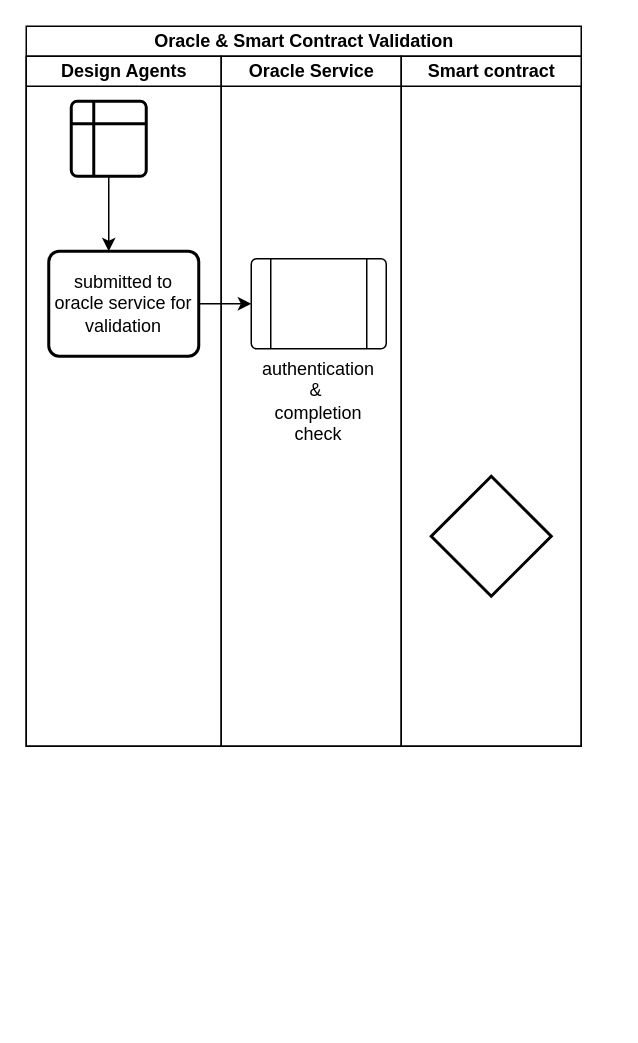
Before: oracle_smart_contract_validation_check.drawio in arlav/BC-in-AEC-process_diagrams, a draw.io diagram. Source tidied: cells renumbered, new cells numbered last; positions are measured from the earlier drawing's top-left corner, leaving out a move shared by most shapes. Both pictures are drawn from the tidied source at 150%, with x=0, y=0 at pixel (26, 26).
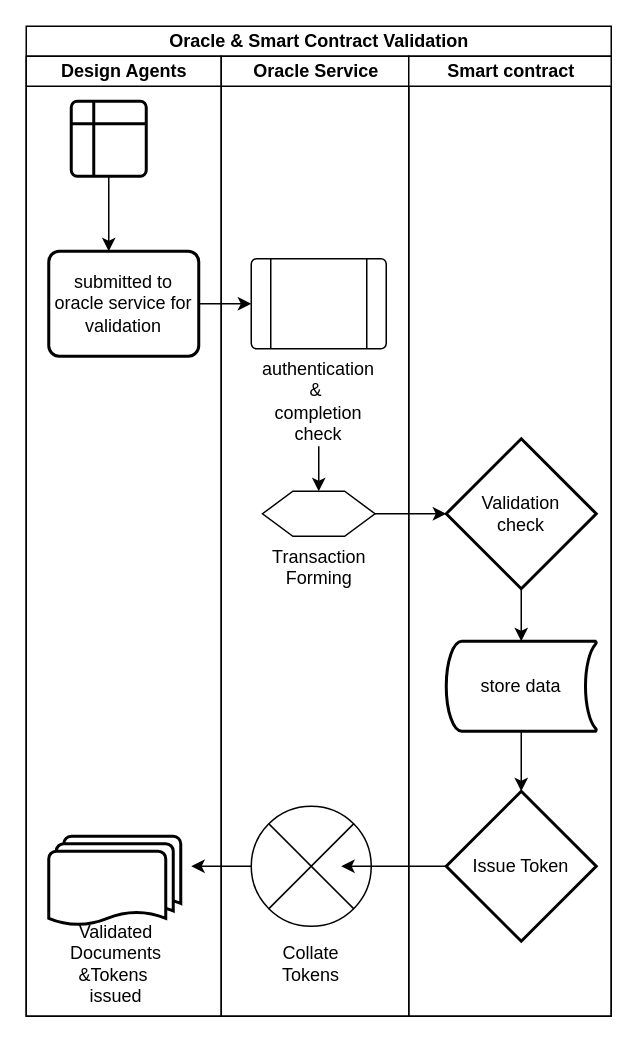
Above is the later version.

Diff of the diagram source:
```diff
@@
     <mxCell id="2" value="Oracle &amp;amp; Smart Contract Validation" style="swimlane;startSize=20;html=1;" parent="1" vertex="1">
-      <mxGeometry width="370" height="480" as="geometry" />
+      <mxGeometry width="390" height="660" as="geometry" />
     </mxCell>
     <mxCell id="3" value="Design Agents" style="swimlane;startSize=20;html=1;" parent="2" vertex="1">
-      <mxGeometry y="20" width="130" height="460" as="geometry" />
+      <mxGeometry y="20" width="130" height="640" as="geometry" />
     </mxCell>
@@
+    <mxCell id="13" style="strokeWidth=2;html=1;shape=mxgraph.flowchart.multi-document;whiteSpace=wrap;" parent="3" vertex="1">
+      <mxGeometry x="15" y="520" width="88" height="60" as="geometry" />
+    </mxCell>
+    <mxCell id="14" value="Validated Documents&lt;br&gt;&amp;amp;Tokens&amp;nbsp;&lt;br&gt;issued" style="text;html=1;strokeColor=none;fillColor=none;align=center;verticalAlign=middle;whiteSpace=wrap;rounded=0;" parent="3" vertex="1">
+      <mxGeometry x="30" y="590" width="60" height="30" as="geometry" />
+    </mxCell>
     <mxCell id="7" value="Oracle Service" style="swimlane;startSize=20;html=1;" parent="2" vertex="1">
-      <mxGeometry x="130" y="20" width="120" height="460" as="geometry" />
+      <mxGeometry x="130" y="20" width="125" height="640" as="geometry" />
     </mxCell>
@@
+    <mxCell id="15" value="Transaction &lt;br&gt;Forming" style="verticalLabelPosition=bottom;verticalAlign=top;html=1;shape=hexagon;perimeter=hexagonPerimeter2;arcSize=6;size=0.27;" parent="7" vertex="1">
+      <mxGeometry x="27.5" y="290" width="75" height="30" as="geometry" />
+    </mxCell>
+    <mxCell id="16" style="shape=sumEllipse;perimeter=ellipsePerimeter;whiteSpace=wrap;html=1;backgroundOutline=1;" parent="7" vertex="1">
+      <mxGeometry x="20" y="500" width="80" height="80" as="geometry" />
+    </mxCell>
+    <mxCell id="17" value="Collate Tokens" style="text;html=1;strokeColor=none;fillColor=none;align=center;verticalAlign=middle;whiteSpace=wrap;rounded=0;" parent="7" vertex="1">
+      <mxGeometry x="30" y="590" width="60" height="30" as="geometry" />
+    </mxCell>
     <mxCell id="9" value="Smart contract" style="swimlane;startSize=20;html=1;" parent="2" vertex="1">
-      <mxGeometry x="250" y="20" width="120" height="460" as="geometry" />
+      <mxGeometry x="255" y="20" width="135" height="640" as="geometry" />
     </mxCell>
-    <mxCell id="10" style="strokeWidth=2;html=1;shape=mxgraph.flowchart.decision;whiteSpace=wrap;" parent="9" vertex="1">
-      <mxGeometry x="20" y="280" width="80" height="80" as="geometry" />
-    </mxCell>
+    <mxCell id="18" value="Validation&lt;br&gt;check" style="strokeWidth=2;html=1;shape=mxgraph.flowchart.decision;whiteSpace=wrap;" parent="9" vertex="1">
+      <mxGeometry x="25" y="255" width="100" height="100" as="geometry" />
+    </mxCell>
+    <mxCell id="19" value="store data" style="strokeWidth=2;html=1;shape=mxgraph.flowchart.stored_data;whiteSpace=wrap;" parent="9" vertex="1">
+      <mxGeometry x="25" y="390" width="100" height="60" as="geometry" />
+    </mxCell>
+    <mxCell id="20" style="endArrow=classic;html=1;rounded=0;exitX=0.5;exitY=1;exitDx=0;exitDy=0;exitPerimeter=0;" parent="9" edge="1" source="18" target="19">
+      <mxGeometry relative="1" as="geometry" />
+    </mxCell>
+    <mxCell id="21" value="Issue Token" style="strokeWidth=2;html=1;shape=mxgraph.flowchart.decision;whiteSpace=wrap;" parent="9" vertex="1">
+      <mxGeometry x="25" y="490" width="100" height="100" as="geometry" />
+    </mxCell>
+    <mxCell id="22" style="endArrow=classic;html=1;rounded=0;exitX=0.5;exitY=1;exitDx=0;exitDy=0;exitPerimeter=0;" parent="9" edge="1" source="19" target="21">
+      <mxGeometry relative="1" as="geometry" />
+    </mxCell>
     <mxCell id="11" style="swimlane;startSize=0;html=1;" parent="2" vertex="1" collapsed="1">
-      <mxGeometry x="370" y="20" height="460" as="geometry" />
+      <mxGeometry x="390" y="20" height="640" as="geometry" />
     </mxCell>
+    <mxCell id="23" style="endArrow=classic;html=1;rounded=0;exitX=1;exitY=0.5;exitDx=0;exitDy=0;entryX=0;entryY=0.5;entryDx=0;entryDy=0;entryPerimeter=0;" parent="2" edge="1" source="15" target="18">
+      <mxGeometry relative="1" as="geometry" />
+    </mxCell>
@@
+    <mxCell id="24" style="endArrow=classic;html=1;rounded=0;" parent="1" edge="1" target="15">
+      <mxGeometry relative="1" as="geometry">
+        <mxPoint x="195" y="280" as="sourcePoint" />
+      </mxGeometry>
+    </mxCell>
+    <mxCell id="25" style="endArrow=classic;html=1;rounded=0;exitX=0;exitY=0.5;exitDx=0;exitDy=0;exitPerimeter=0;" parent="1" edge="1" source="21">
+      <mxGeometry relative="1" as="geometry">
+        <mxPoint x="210" y="560" as="targetPoint" />
+      </mxGeometry>
+    </mxCell>
+    <mxCell id="26" style="endArrow=classic;html=1;rounded=0;exitX=0;exitY=0.5;exitDx=0;exitDy=0;" parent="1" edge="1" source="16">
+      <mxGeometry relative="1" as="geometry">
+        <mxPoint x="110" y="560" as="targetPoint" />
+      </mxGeometry>
+    </mxCell>
```
